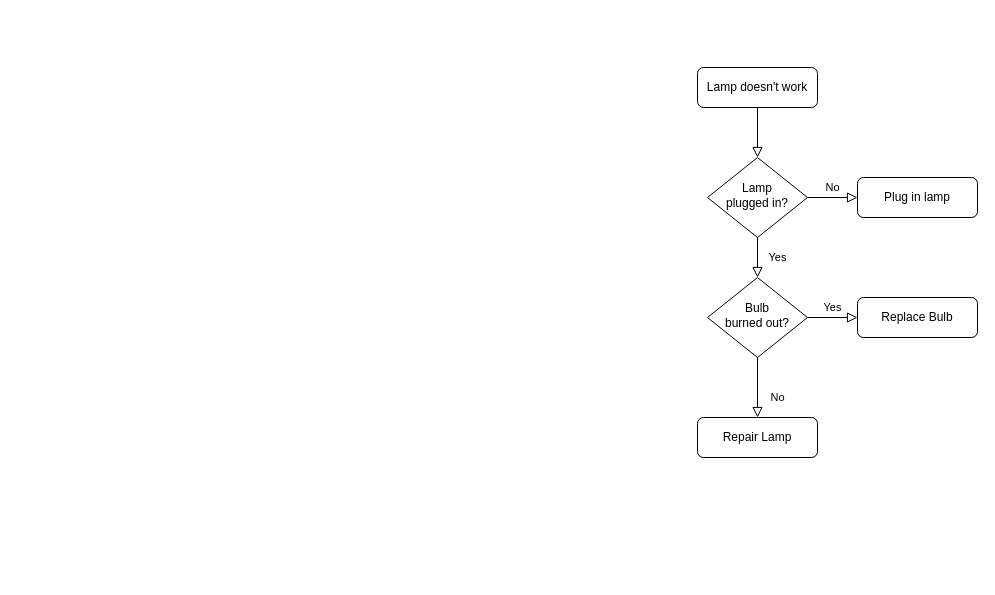
Above: nfc_flow_chart/NfcDev-COOT.drawio in SuperSources/draw.io (draw.io), before the change. Source tidied: cells renumbered, new cells numbered last; positions are measured from the earlier drawing's top-left corner, leaving out a move shared by most shapes. Both pictures are drawn from the tidied source at 100%, with x=0, y=0 at pixel (697, 67).
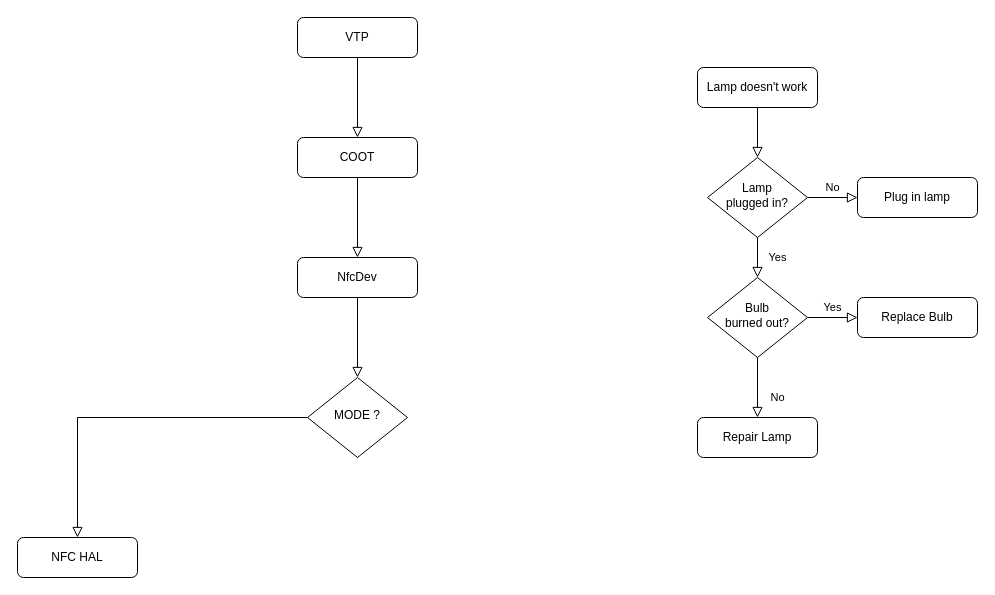
The same diagram, later.

Change to the diagram source:
```diff
@@
+    <mxCell id="13" value="VTP" style="rounded=1;whiteSpace=wrap;html=1;fontSize=12;glass=0;strokeWidth=1;shadow=0;" parent="1" vertex="1">
+      <mxGeometry x="-400" y="-50" width="120" height="40" as="geometry" />
+    </mxCell>
+    <mxCell id="14" value="COOT" style="rounded=1;whiteSpace=wrap;html=1;fontSize=12;glass=0;strokeWidth=1;shadow=0;" parent="1" vertex="1">
+      <mxGeometry x="-400" y="70" width="120" height="40" as="geometry" />
+    </mxCell>
+    <mxCell id="15" value="NfcDev" style="rounded=1;whiteSpace=wrap;html=1;fontSize=12;glass=0;strokeWidth=1;shadow=0;" parent="1" vertex="1">
+      <mxGeometry x="-400" y="190" width="120" height="40" as="geometry" />
+    </mxCell>
+    <mxCell id="16" value="MODE ?" style="rhombus;whiteSpace=wrap;html=1;shadow=0;fontFamily=Helvetica;fontSize=12;align=center;strokeWidth=1;spacing=6;spacingTop=-4;" parent="1" vertex="1">
+      <mxGeometry x="-390" y="310" width="100" height="80" as="geometry" />
+    </mxCell>
+    <mxCell id="17" style="rounded=0;html=1;jettySize=auto;fontSize=11;endArrow=block;endFill=0;endSize=8;strokeWidth=1;shadow=0;labelBackgroundColor=none;edgeStyle=orthogonalEdgeStyle;exitX=0.5;exitY=1;exitDx=0;exitDy=0;" parent="1" edge="1" source="13" target="14">
+      <mxGeometry relative="1" as="geometry" />
+    </mxCell>
+    <mxCell id="18" style="rounded=0;html=1;jettySize=auto;fontSize=11;endArrow=block;endFill=0;endSize=8;strokeWidth=1;shadow=0;labelBackgroundColor=none;edgeStyle=orthogonalEdgeStyle;" parent="1" edge="1" source="14" target="15">
+      <mxGeometry relative="1" as="geometry" />
+    </mxCell>
+    <mxCell id="19" style="rounded=0;html=1;jettySize=auto;fontSize=11;endArrow=block;endFill=0;endSize=8;strokeWidth=1;shadow=0;labelBackgroundColor=none;edgeStyle=orthogonalEdgeStyle;entryX=0.5;entryY=0;entryDx=0;entryDy=0;exitX=0.5;exitY=1;exitDx=0;exitDy=0;" parent="1" edge="1" source="15" target="16">
+      <mxGeometry relative="1" as="geometry" />
+    </mxCell>
+    <mxCell id="20" value="NFC HAL" style="rounded=1;whiteSpace=wrap;html=1;fontSize=12;glass=0;strokeWidth=1;shadow=0;" parent="1" vertex="1">
+      <mxGeometry x="-680" y="470" width="120" height="40" as="geometry" />
+    </mxCell>
+    <mxCell id="21" style="rounded=0;html=1;jettySize=auto;fontSize=11;endArrow=block;endFill=0;endSize=8;strokeWidth=1;shadow=0;labelBackgroundColor=none;edgeStyle=orthogonalEdgeStyle;entryX=0.5;entryY=0;entryDx=0;entryDy=0;exitX=0;exitY=0.5;exitDx=0;exitDy=0;" parent="1" edge="1" source="16" target="20">
+      <mxGeometry relative="1" as="geometry" />
+    </mxCell>
```
